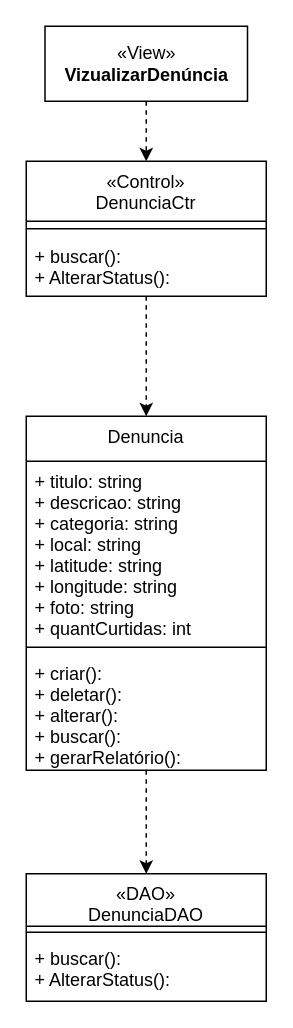
frsouzaa/Documentacao-TCC-NossaVia keeps this draw.io diagram as Documentação/Diagramas/Diagramas de Casos de Uso/Diagrama de Caso de Uso Alterar Status.drawio. Above is the earlier version. Source tidied: cells renumbered, new cells numbered last; positions are measured from the earlier drawing's top-left corner, leaving out a move shared by most shapes. Both pictures are drawn from the tidied source at 150%, with x=0, y=0 at pixel (26, 26).
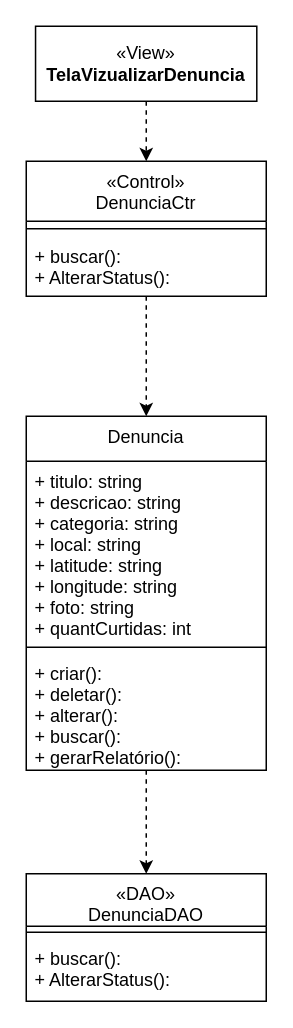
The same page after the edit.

Commit message (it also covers changes not shown here):
ajustes nos diagramas de caso de uso

The edit, as a diff of the source:
```diff
@@
 <mxGraphModel>
   <root>
     <mxCell id="0" />
     <mxCell id="1" parent="0" />
     <mxCell id="2" value="Denuncia" style="swimlane;fontStyle=0;align=center;verticalAlign=top;horizontal=1;startSize=30;rounded=0;shadow=0;strokeWidth=1;" parent="1" vertex="1">
       <mxGeometry y="260" width="160" height="236" as="geometry" />
     </mxCell>
     <mxCell id="3" value="+ titulo: string&#10;+ descricao: string&#10;+ categoria: string&#10;+ local: string&#10;+ latitude: string&#10;+ longitude: string&#10;+ foto: string&#10;+ quantCurtidas: int" style="text;align=left;verticalAlign=top;spacingLeft=4;spacingRight=4;overflow=hidden;" parent="2" vertex="1">
       <mxGeometry y="30" width="160" height="120" as="geometry" />
     </mxCell>
     <mxCell id="4" style="line;html=1;strokeWidth=1;align=left;verticalAlign=middle;spacingTop=-1;spacingLeft=3;spacingRight=3;labelPosition=right;" parent="2" vertex="1">
       <mxGeometry y="150" width="160" height="8" as="geometry" />
     </mxCell>
     <mxCell id="5" value="+ criar(): &#10;+ deletar(): &#10;+ alterar():&#10;+ buscar():&#10;+ gerarRelatório(): " style="text;align=left;verticalAlign=top;spacingLeft=4;spacingRight=4;overflow=hidden;" parent="2" vertex="1">
       <mxGeometry y="158" width="160" height="78" as="geometry" />
     </mxCell>
     <mxCell id="6" style="edgeStyle=orthogonalEdgeStyle;rounded=0;jettySize=auto;html=1;exitX=0.5;exitY=1;exitDx=0;exitDy=0;entryX=0.5;entryY=0;entryDx=0;entryDy=0;dashed=1;" parent="1" edge="1" source="2" target="13">
       <mxGeometry relative="1" as="geometry" />
     </mxCell>
     <mxCell id="7" style="edgeStyle=orthogonalEdgeStyle;rounded=0;jettySize=auto;html=1;entryX=0.5;entryY=0;entryDx=0;entryDy=0;dashed=1;" parent="1" edge="1" source="8" target="10">
       <mxGeometry relative="1" as="geometry" />
     </mxCell>
-    <mxCell id="8" value="«View»&lt;br&gt;&lt;b&gt;VizualizarDenúncia&lt;br&gt;&lt;/b&gt;" style="html=1;whiteSpace=wrap;" parent="1" vertex="1">
-      <mxGeometry x="12.5" width="135" height="50" as="geometry" />
+    <mxCell id="8" value="«View»&lt;br&gt;&lt;b&gt;TelaVizualizarDenuncia&lt;br&gt;&lt;/b&gt;" style="html=1;whiteSpace=wrap;" parent="1" vertex="1">
+      <mxGeometry x="6.2" width="147.5" height="50" as="geometry" />
     </mxCell>
     <mxCell id="9" style="edgeStyle=orthogonalEdgeStyle;rounded=0;jettySize=auto;html=1;exitX=0.5;exitY=1;exitDx=0;exitDy=0;entryX=0.5;entryY=0;entryDx=0;entryDy=0;dashed=1;" parent="1" edge="1" source="10" target="2">
       <mxGeometry relative="1" as="geometry" />
     </mxCell>
     <mxCell id="10" value="«Control»&#10;DenunciaCtr" style="swimlane;fontStyle=0;align=center;verticalAlign=top;horizontal=1;startSize=40;rounded=0;shadow=0;strokeWidth=1;" parent="1" vertex="1">
       <mxGeometry y="90" width="160" height="90" as="geometry" />
     </mxCell>
     <mxCell id="11" style="line;html=1;strokeWidth=1;align=left;verticalAlign=middle;spacingTop=-1;spacingLeft=3;spacingRight=3;labelPosition=right;" parent="10" vertex="1">
       <mxGeometry y="40" width="160" height="10" as="geometry" />
     </mxCell>
     <mxCell id="12" value="+ buscar():&#10;+ AlterarStatus():" style="text;align=left;verticalAlign=top;spacingLeft=4;spacingRight=4;overflow=hidden;" parent="10" vertex="1">
       <mxGeometry y="50" width="160" height="40" as="geometry" />
     </mxCell>
     <mxCell id="13" value="«DAO»&#10;DenunciaDAO&#10;" style="swimlane;fontStyle=0;align=center;verticalAlign=top;horizontal=1;startSize=35;rounded=0;shadow=0;strokeWidth=1;" parent="1" vertex="1">
       <mxGeometry y="565" width="160" height="85" as="geometry" />
     </mxCell>
     <mxCell id="14" style="line;html=1;strokeWidth=1;align=left;verticalAlign=middle;spacingTop=-1;spacingLeft=3;spacingRight=3;labelPosition=right;" parent="13" vertex="1">
       <mxGeometry y="35" width="160" height="8" as="geometry" />
     </mxCell>
     <mxCell id="15" value="+ buscar():&#10;+ AlterarStatus():" style="text;align=left;verticalAlign=top;spacingLeft=4;spacingRight=4;overflow=hidden;" parent="13" vertex="1">
       <mxGeometry y="43" width="160" height="37" as="geometry" />
     </mxCell>
   </root>
 </mxGraphModel>
```
